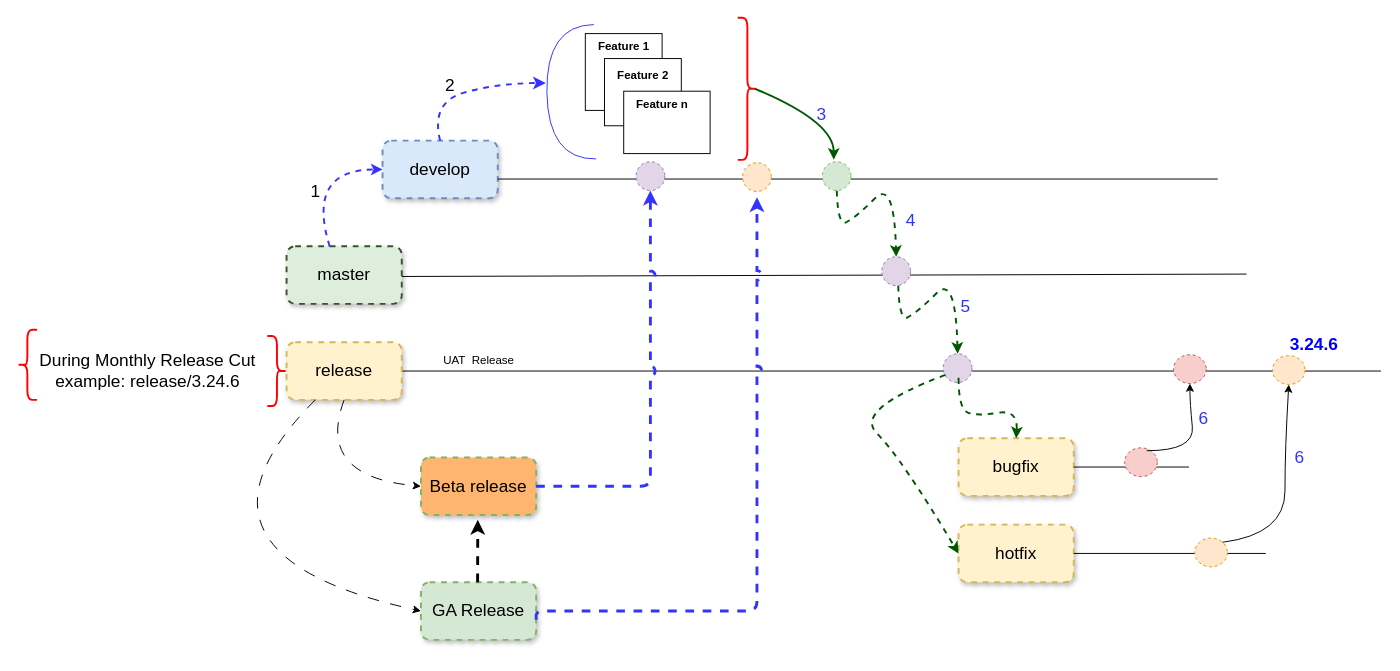
Above: Branches.drawio in PramodNegi/problem-solving-techniques (draw.io), before the change. Source tidied: cells renumbered, new cells numbered last; positions are measured from the earlier drawing's top-left corner, leaving out a move shared by most shapes. Both pictures are drawn from the tidied source at 96%, with x=0, y=0 at pixel (17, 17).
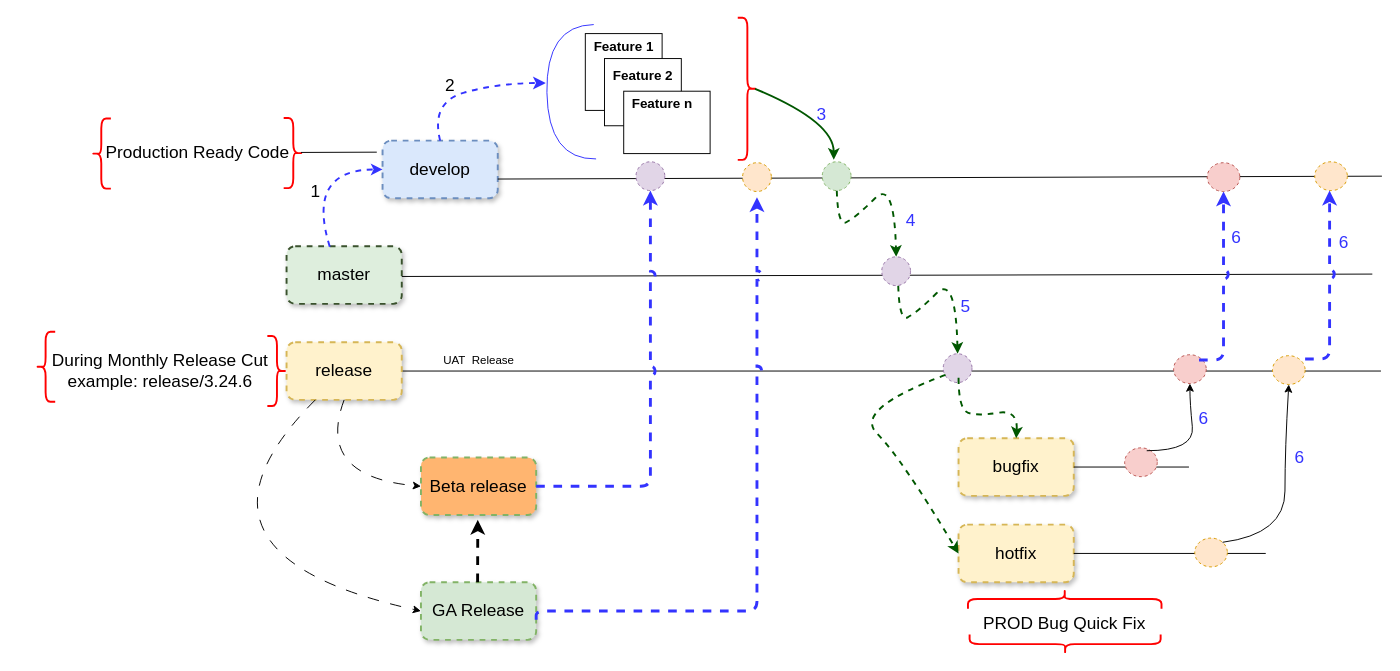
Above is the later version.

The change refers to these unchanged cells:
```xml
<mxCell id="9" style="group;" parent="7" vertex="1">
  <mxGeometry x="41.2" y="9.4" width="130" height="125" as="geometry" />
</mxCell>
<mxCell id="12" style="group;" parent="9" vertex="1">
  <mxGeometry x="20" y="26" width="80" height="70" as="geometry" />
</mxCell>
<mxCell id="15" style="group;" parent="9" vertex="1">
  <mxGeometry x="40" y="60" width="90" height="65" as="geometry" />
</mxCell>
<mxCell id="29" value="&lt;font style=&quot;font-size: 18px;&quot;&gt;release&lt;/font&gt;" style="rounded=1;whiteSpace=wrap;html=1;fillColor=#fff2cc;strokeColor=#d6b656;glass=0;shadow=1;dashed=1;strokeWidth=2;comic=0;" parent="1" vertex="1">
  <mxGeometry x="280" y="338" width="120" height="60" as="geometry" />
</mxCell>
<mxCell id="54" value="&lt;font style=&quot;font-size: 18px;&quot;&gt;Beta release&lt;/font&gt;" style="rounded=1;whiteSpace=wrap;html=1;fillColor=#FFB570;strokeColor=#82b366;glass=0;shadow=1;dashed=1;strokeWidth=2;comic=0;" parent="1" vertex="1">
  <mxGeometry x="420" y="458" width="120" height="60" as="geometry" />
</mxCell>
```

What changed in the source:
```diff
@@
     <mxCell id="4" style="endArrow=none;html=1;rounded=0;" parent="1" edge="1">
       <mxGeometry relative="1" as="geometry">
         <mxPoint x="400" y="269.5" as="sourcePoint" />
-        <mxPoint x="1280" y="267" as="targetPoint" />
+        <mxPoint x="1411" y="267" as="targetPoint" />
       </mxGeometry>
     </mxCell>
@@
-    <mxCell id="11" value="Feature 1" style="text;align=center;fontStyle=1;verticalAlign=middle;spacingLeft=3;spacingRight=3;strokeColor=none;html=1;" parent="9" vertex="1">
+    <mxCell id="11" value="&lt;font style=&quot;font-size: 14px;&quot;&gt;Feature 1&lt;/font&gt;" style="text;align=center;fontStyle=1;verticalAlign=middle;spacingLeft=3;spacingRight=3;strokeColor=none;html=1;" parent="9" vertex="1">
       <mxGeometry width="80" height="26" as="geometry" />
     </mxCell>
@@
-    <mxCell id="14" value="Feature 2" style="text;align=center;fontStyle=1;verticalAlign=middle;spacingLeft=3;spacingRight=3;strokeColor=none;html=1;" parent="12" vertex="1">
+    <mxCell id="14" value="&lt;font style=&quot;font-size: 14px;&quot;&gt;Feature 2&lt;/font&gt;" style="text;align=center;fontStyle=1;verticalAlign=middle;spacingLeft=3;spacingRight=3;strokeColor=none;html=1;" parent="12" vertex="1">
       <mxGeometry y="4" width="80" height="26" as="geometry" />
     </mxCell>
@@
-    <mxCell id="17" value="Feature n" style="text;align=center;fontStyle=1;verticalAlign=middle;spacingLeft=3;spacingRight=3;strokeColor=none;html=1;" parent="15" vertex="1">
+    <mxCell id="17" value="&lt;font style=&quot;font-size: 14px;&quot;&gt;Feature n&lt;/font&gt;" style="text;align=center;fontStyle=1;verticalAlign=middle;spacingLeft=3;spacingRight=3;strokeColor=none;html=1;" parent="15" vertex="1">
       <mxGeometry width="80" height="26" as="geometry" />
     </mxCell>
-    <mxCell id="18" style="endArrow=none;html=1;rounded=0;" parent="1" edge="1">
-      <mxGeometry relative="1" as="geometry">
-        <mxPoint x="500" y="168" as="sourcePoint" />
-        <mxPoint x="1250" y="168" as="targetPoint" />
-      </mxGeometry>
-    </mxCell>
@@
-    <mxCell id="31" style="ellipse;whiteSpace=wrap;html=1;fillColor=#d5e8d4;strokeColor=#82b366;dashed=1;shadow=0;" parent="1" vertex="1">
-      <mxGeometry x="838" y="150" width="30" height="30" as="geometry" />
-    </mxCell>
@@
-    <mxCell id="48" value="&lt;b&gt;&lt;font color=&quot;#0000ff&quot; style=&quot;font-size: 18px;&quot;&gt;3.24.6&lt;/font&gt;&lt;/b&gt;" style="text;html=1;align=center;verticalAlign=middle;strokeColor=none;fillColor=none;" parent="1" vertex="1">
-      <mxGeometry x="1315" y="321" width="70" height="40" as="geometry" />
-    </mxCell>
@@
     <mxCell id="50" value="&lt;font style=&quot;font-size: 18px;&quot;&gt;During Monthly Release Cut&lt;br&gt;example: release/3.24.6&lt;br&gt;&lt;/font&gt;" style="text;html=1;align=center;verticalAlign=middle;strokeColor=none;fillColor=none;" parent="1" vertex="1">
-      <mxGeometry x="10" y="338" width="250" height="60" as="geometry" />
+      <mxGeometry x="23" y="338" width="250" height="60" as="geometry" />
     </mxCell>
     <mxCell id="51" style="shape=curlyBracket;whiteSpace=wrap;html=1;rounded=1;flipH=1;labelPosition=right;verticalLabelPosition=middle;align=left;verticalAlign=middle;strokeColor=#FF0000;strokeWidth=2;size=0.5;rotation=-180;" parent="1" vertex="1">
-      <mxGeometry y="325" width="20" height="73" as="geometry" />
+      <mxGeometry x="19" y="327" width="20" height="73" as="geometry" />
     </mxCell>
@@
+    <mxCell id="58" style="endArrow=classic;html=1;rounded=1;strokeColor=#3333FF;edgeStyle=elbowEdgeStyle;elbow=vertical;jumpStyle=arc;strokeWidth=3;dashed=1;flowAnimation=1;targetPerimeterSpacing=3;endFill=1;entryX=0.5;entryY=1;entryDx=0;entryDy=0;" parent="1" edge="1" target="59">
+      <mxGeometry relative="1" as="geometry">
+        <mxPoint x="540" y="488" as="sourcePoint" />
+        <Array as="points">
+          <mxPoint x="600" y="488" />
+        </Array>
+      </mxGeometry>
+    </mxCell>
+    <mxCell id="60" style="curved=1;endArrow=classic;html=1;rounded=0;entryX=0;entryY=0.5;entryDx=0;entryDy=0;exitX=0.5;exitY=1;exitDx=0;exitDy=0;dashed=1;dashPattern=12 12;flowAnimation=1;" parent="1" edge="1" source="29" target="54">
+      <mxGeometry relative="1" as="geometry">
+        <Array as="points">
+          <mxPoint x="310" y="478" />
+        </Array>
+      </mxGeometry>
+    </mxCell>
+    <mxCell id="61" style="shape=curlyBracket;whiteSpace=wrap;html=1;rounded=1;flipH=1;labelPosition=right;verticalLabelPosition=middle;align=left;verticalAlign=middle;strokeColor=#FF0000;strokeWidth=2;size=0.5;" parent="1" vertex="1">
+      <mxGeometry x="277" y="104.5" width="20" height="73" as="geometry" />
+    </mxCell>
+    <mxCell id="62" value="&lt;font style=&quot;font-size: 18px;&quot;&gt;Production Ready Code&lt;br&gt;&lt;/font&gt;" style="text;html=1;align=center;verticalAlign=middle;strokeColor=none;fillColor=none;" parent="1" vertex="1">
+      <mxGeometry x="82" y="124" width="209" height="34" as="geometry" />
+    </mxCell>
+    <mxCell id="63" style="shape=curlyBracket;whiteSpace=wrap;html=1;rounded=1;flipH=1;labelPosition=right;verticalLabelPosition=middle;align=left;verticalAlign=middle;strokeColor=#FF0000;strokeWidth=2;size=0.5;rotation=-180;" parent="1" vertex="1">
+      <mxGeometry x="77" y="105" width="20" height="73" as="geometry" />
+    </mxCell>
+    <mxCell id="64" style="endArrow=none;html=1;rounded=0;" parent="1" edge="1">
+      <mxGeometry relative="1" as="geometry">
+        <mxPoint x="295" y="140.3" as="sourcePoint" />
+        <mxPoint x="374" y="140" as="targetPoint" />
+      </mxGeometry>
+    </mxCell>
+    <mxCell id="65" style="shape=curlyBracket;whiteSpace=wrap;html=1;rounded=1;flipH=1;labelPosition=right;verticalLabelPosition=middle;align=left;verticalAlign=middle;strokeColor=#FF0000;strokeWidth=2;size=0.5;rotation=90;" parent="1" vertex="1">
+      <mxGeometry x="1081" y="553" width="20" height="199" as="geometry" />
+    </mxCell>
+    <mxCell id="66" value="&lt;font style=&quot;font-size: 18px;&quot;&gt;PROD Bug Quick Fix&lt;br&gt;&lt;/font&gt;" style="text;html=1;align=center;verticalAlign=middle;strokeColor=none;fillColor=none;" parent="1" vertex="1">
+      <mxGeometry x="996.8" y="614" width="187" height="34" as="geometry" />
+    </mxCell>
+    <mxCell id="67" style="shape=curlyBracket;whiteSpace=wrap;html=1;rounded=1;flipH=1;labelPosition=right;verticalLabelPosition=middle;align=left;verticalAlign=middle;strokeColor=#FF0000;strokeWidth=2;size=0.5;rotation=-90;" parent="1" vertex="1">
+      <mxGeometry x="1080.6" y="504.7" width="20" height="201.6" as="geometry" />
+    </mxCell>
+    <mxCell id="68" style="endArrow=classic;html=1;rounded=1;strokeColor=#3333FF;edgeStyle=elbowEdgeStyle;elbow=vertical;jumpStyle=arc;strokeWidth=3;dashed=1;flowAnimation=1;endFill=1;" parent="1" edge="1">
+      <mxGeometry relative="1" as="geometry">
+        <mxPoint x="1230.5" y="356.5" as="sourcePoint" />
+        <mxPoint x="1256" y="181" as="targetPoint" />
+        <Array as="points">
+          <mxPoint x="1235.5" y="356.5" />
+        </Array>
+      </mxGeometry>
+    </mxCell>
+    <mxCell id="69" style="endArrow=none;html=1;rounded=0;" parent="1" edge="1">
+      <mxGeometry relative="1" as="geometry">
+        <mxPoint x="500" y="168" as="sourcePoint" />
+        <mxPoint x="1421" y="165" as="targetPoint" />
+      </mxGeometry>
+    </mxCell>
+    <mxCell id="70" style="ellipse;whiteSpace=wrap;html=1;fillColor=#f8cecc;strokeColor=#b85450;dashed=1;shadow=0;" parent="1" vertex="1">
+      <mxGeometry x="1239" y="151" width="34" height="30" as="geometry" />
+    </mxCell>
+    <mxCell id="71" style="ellipse;whiteSpace=wrap;html=1;fillColor=#ffe6cc;strokeColor=#d79b00;dashed=1;shadow=0;" parent="1" vertex="1">
+      <mxGeometry x="1351" y="150" width="34" height="30" as="geometry" />
+    </mxCell>
+    <mxCell id="72" style="endArrow=classic;html=1;rounded=1;strokeColor=#3333FF;edgeStyle=elbowEdgeStyle;elbow=vertical;jumpStyle=arc;strokeWidth=3;dashed=1;flowAnimation=1;endFill=1;" parent="1" edge="1">
+      <mxGeometry relative="1" as="geometry">
+        <mxPoint x="1341" y="355.5" as="sourcePoint" />
+        <mxPoint x="1366.5" y="180" as="targetPoint" />
+        <Array as="points">
+          <mxPoint x="1346" y="355.5" />
+        </Array>
+      </mxGeometry>
+    </mxCell>
+    <mxCell id="59" style="ellipse;whiteSpace=wrap;html=1;fillColor=#e1d5e7;strokeColor=#9673a6;dashed=1;shadow=0;" parent="1" vertex="1">
+      <mxGeometry x="644" y="150" width="30" height="30" as="geometry" />
+    </mxCell>
@@
-    <mxCell id="58" style="endArrow=classic;html=1;rounded=1;strokeColor=#3333FF;edgeStyle=elbowEdgeStyle;elbow=vertical;jumpStyle=arc;strokeWidth=3;dashed=1;flowAnimation=1;targetPerimeterSpacing=3;endFill=1;entryX=0.5;entryY=1;entryDx=0;entryDy=0;" parent="1" edge="1" target="59">
-      <mxGeometry relative="1" as="geometry">
-        <mxPoint x="540" y="488" as="sourcePoint" />
-        <Array as="points">
-          <mxPoint x="600" y="488" />
-        </Array>
-      </mxGeometry>
-    </mxCell>
-    <mxCell id="59" style="ellipse;whiteSpace=wrap;html=1;fillColor=#e1d5e7;strokeColor=#9673a6;dashed=1;shadow=0;" parent="1" vertex="1">
-      <mxGeometry x="644" y="150" width="30" height="30" as="geometry" />
-    </mxCell>
-    <mxCell id="60" style="curved=1;endArrow=classic;html=1;rounded=0;entryX=0;entryY=0.5;entryDx=0;entryDy=0;exitX=0.5;exitY=1;exitDx=0;exitDy=0;dashed=1;dashPattern=12 12;flowAnimation=1;" parent="1" edge="1" source="29" target="54">
-      <mxGeometry relative="1" as="geometry">
-        <Array as="points">
-          <mxPoint x="310" y="478" />
-        </Array>
-      </mxGeometry>
-    </mxCell>
+    <mxCell id="31" style="ellipse;whiteSpace=wrap;html=1;fillColor=#d5e8d4;strokeColor=#82b366;dashed=1;shadow=0;" parent="1" vertex="1">
+      <mxGeometry x="838" y="150" width="30" height="30" as="geometry" />
+    </mxCell>
+    <mxCell id="73" value="&lt;font color=&quot;#3333ff&quot; style=&quot;font-size: 18px;&quot;&gt;6&lt;/font&gt;" style="text;html=1;align=center;verticalAlign=middle;strokeColor=none;fillColor=none;" parent="1" vertex="1">
+      <mxGeometry x="1254" y="209" width="30" height="40" as="geometry" />
+    </mxCell>
+    <mxCell id="74" value="&lt;font color=&quot;#3333ff&quot; style=&quot;font-size: 18px;&quot;&gt;6&lt;/font&gt;" style="text;html=1;align=center;verticalAlign=middle;strokeColor=none;fillColor=none;" parent="1" vertex="1">
+      <mxGeometry x="1366" y="214" width="30" height="40" as="geometry" />
+    </mxCell>
```
